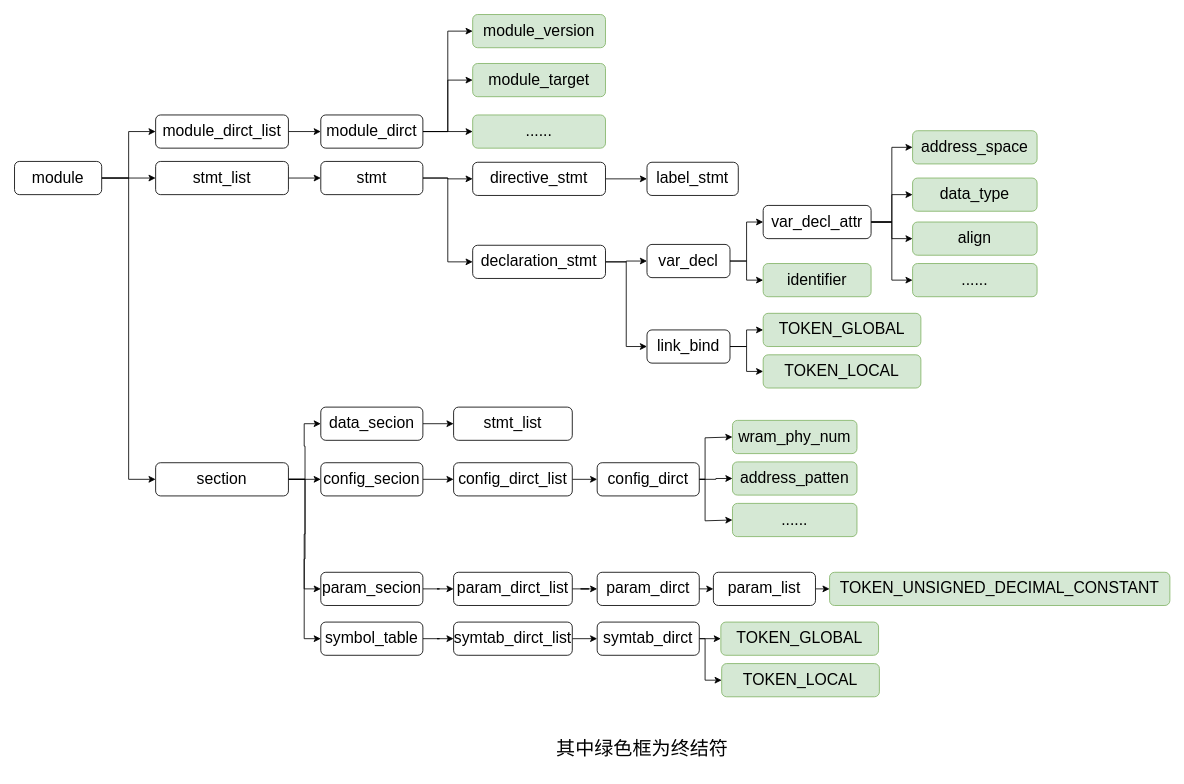
Earlier version of the draw.io diagram new_frontend.drawio (liyp1120/draw.io). Source tidied: cells renumbered, new cells numbered last; positions are measured from the earlier drawing's top-left corner, leaving out a move shared by most shapes. Both pictures are drawn from the tidied source at 83%, with x=0, y=0 at pixel (14, 14).
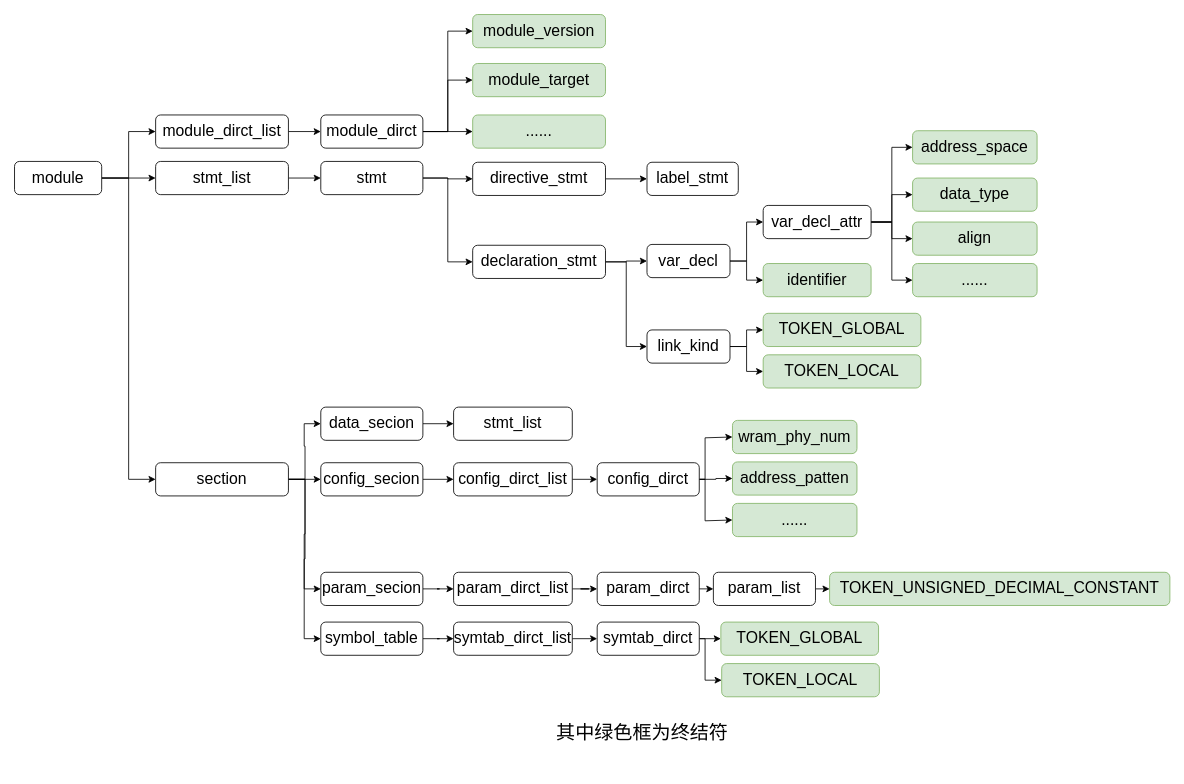
The same page after the edit.

The edit, as a diff of the source:
```diff
@@
     <mxCell id="2" value="&lt;font style=&quot;font-size: 23px;&quot;&gt;其中绿色框为终结符&lt;/font&gt;" style="text;strokeColor=none;align=left;fillColor=none;html=1;verticalAlign=middle;whiteSpace=wrap;rounded=0;" parent="1" vertex="1">
-      <mxGeometry x="651" y="860" width="225" height="50" as="geometry" />
+      <mxGeometry x="651" y="840" width="225" height="50" as="geometry" />
     </mxCell>
@@
-    <mxCell id="47" value="&lt;font style=&quot;font-size: 19px;&quot;&gt;link_bind&lt;/font&gt;" style="rounded=1;whiteSpace=wrap;html=1;" parent="1" vertex="1">
+    <mxCell id="47" value="&lt;font style=&quot;font-size: 19px;&quot;&gt;link_kind&lt;/font&gt;" style="rounded=1;whiteSpace=wrap;html=1;" parent="1" vertex="1">
       <mxGeometry x="762" y="380" width="100" height="40" as="geometry" />
     </mxCell>
```
